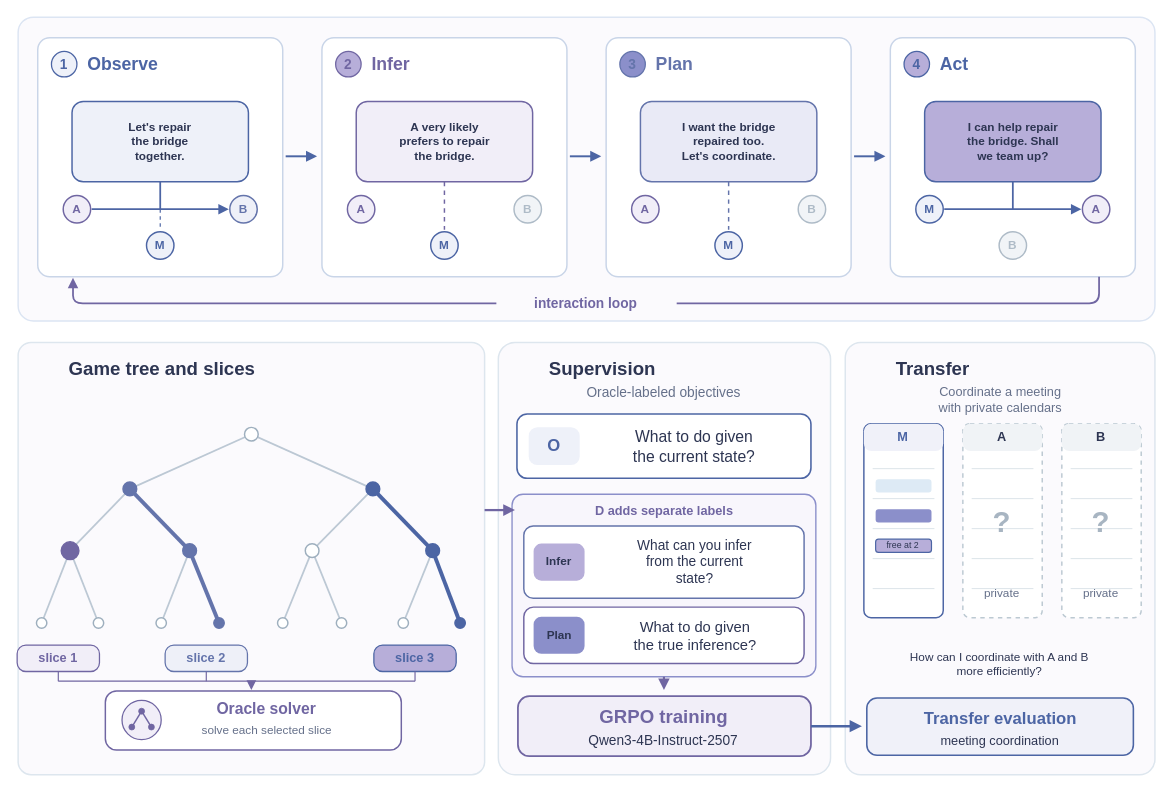
Before: paper/figures/overview.drawio in realidx/MARSHAL, a draw.io diagram. Source tidied: cells renumbered, new cells numbered last; positions are measured from the earlier drawing's top-left corner, leaving out a move shared by most shapes. Both pictures are drawn from the tidied source at 98%, with x=0, y=0 at pixel (17, 17).
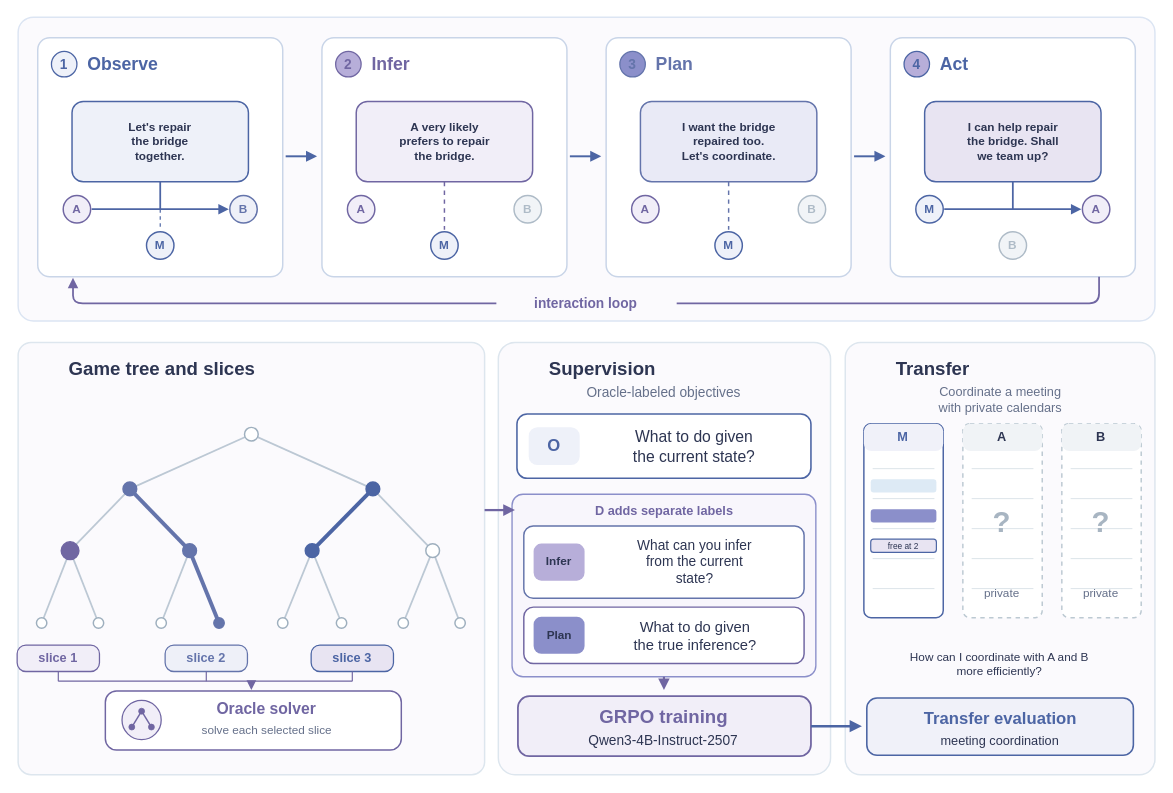
Above is the later version.

Change to the diagram source:
```diff
@@
-    <mxCell id="50" style="rounded=1;arcSize=14;whiteSpace=wrap;html=0;fillColor=#B7AED9;strokeColor=#4C65A4;strokeWidth=1.5;dashed=0;" parent="1" vertex="1">
+    <mxCell id="50" style="rounded=1;arcSize=14;whiteSpace=wrap;html=0;fillColor=#E8E4F2;strokeColor=#4C65A4;strokeWidth=1.5;dashed=0;" parent="1" vertex="1">
       <mxGeometry x="926" y="86" width="180" height="82" as="geometry" />
     </mxCell>
@@
-    <mxCell id="70" style="edgeStyle=none;html=0;strokeColor=#BCC8D4;strokeWidth=1.8;dashed=0;endArrow=none;endFill=1;" parent="1" edge="1">
+    <mxCell id="70" style="edgeStyle=none;html=0;strokeColor=#4C65A4;strokeWidth=4.0;dashed=0;endArrow=none;endFill=1;" parent="1" edge="1">
       <mxGeometry relative="1" as="geometry">
         <mxPoint x="363" y="481.4" as="sourcePoint" />
         <mxPoint x="301" y="544.4" as="targetPoint" />
       </mxGeometry>
     </mxCell>
-    <mxCell id="71" style="edgeStyle=none;html=0;strokeColor=#4C65A4;strokeWidth=4.0;dashed=0;endArrow=none;endFill=1;" parent="1" edge="1">
+    <mxCell id="71" style="edgeStyle=none;html=0;strokeColor=#BCC8D4;strokeWidth=1.8;dashed=0;endArrow=none;endFill=1;" parent="1" edge="1">
       <mxGeometry relative="1" as="geometry">
         <mxPoint x="363" y="481.4" as="sourcePoint" />
         <mxPoint x="424" y="544.4" as="targetPoint" />
       </mxGeometry>
     </mxCell>
@@
-    <mxCell id="79" style="edgeStyle=none;html=0;strokeColor=#4C65A4;strokeWidth=4.0;dashed=0;endArrow=none;endFill=1;" parent="1" edge="1">
+    <mxCell id="79" style="edgeStyle=none;html=0;strokeColor=#BCC8D4;strokeWidth=1.8;dashed=0;endArrow=none;endFill=1;" parent="1" edge="1">
       <mxGeometry relative="1" as="geometry">
         <mxPoint x="424" y="544.4" as="sourcePoint" />
         <mxPoint x="452" y="618.2" as="targetPoint" />
       </mxGeometry>
     </mxCell>
@@
-    <mxCell id="85" style="ellipse;html=0;fillColor=white;strokeColor=#9EAFBE;strokeWidth=1.5;" parent="1" vertex="1">
+    <mxCell id="85" style="ellipse;html=0;fillColor=#4C65A4;strokeColor=#4C65A4;strokeWidth=1.5;" parent="1" vertex="1">
       <mxGeometry x="294" y="537.4" width="14" height="14" as="geometry" />
     </mxCell>
-    <mxCell id="86" style="ellipse;html=0;fillColor=#4C65A4;strokeColor=#4C65A4;strokeWidth=1.5;" parent="1" vertex="1">
+    <mxCell id="86" style="ellipse;html=0;fillColor=white;strokeColor=#9EAFBE;strokeWidth=1.5;" parent="1" vertex="1">
       <mxGeometry x="417" y="537.4" width="14" height="14" as="geometry" />
     </mxCell>
@@
-    <mxCell id="94" style="ellipse;html=0;fillColor=#4C65A4;strokeColor=#4C65A4;strokeWidth=1.5;" parent="1" vertex="1">
+    <mxCell id="94" style="ellipse;html=0;fillColor=white;strokeColor=#9EAFBE;strokeWidth=1.5;" parent="1" vertex="1">
       <mxGeometry x="446.7" y="612.9" width="10.6" height="10.6" as="geometry" />
     </mxCell>
@@
-    <mxCell id="99" style="rounded=1;arcSize=33;whiteSpace=wrap;html=0;fillColor=#B7AED9;strokeColor=#4C65A4;strokeWidth=1.3;dashed=0;" parent="1" vertex="1">
-      <mxGeometry x="364" y="640.7" width="84" height="27" as="geometry" />
+    <mxCell id="99" style="rounded=1;arcSize=33;whiteSpace=wrap;html=0;fillColor=#E8E4F2;strokeColor=#4C65A4;strokeWidth=1.3;dashed=0;" parent="1" vertex="1">
+      <mxGeometry x="300" y="640.7" width="84" height="27" as="geometry" />
     </mxCell>
     <mxCell id="100" value="slice 3" style="text;html=0;whiteSpace=wrap;overflow=visible;fillColor=none;strokeColor=none;fontFamily=Helvetica;fontSize=13;fontColor=#4C65A4;fontStyle=1;align=center;verticalAlign=middle;" parent="1" vertex="1">
-      <mxGeometry x="376.9" y="644.7" width="58.2" height="19" as="geometry" />
+      <mxGeometry x="312.9" y="644.7" width="58.2" height="19" as="geometry" />
     </mxCell>
@@
     <mxCell id="103" style="edgeStyle=none;html=0;strokeColor=#7066A2;strokeWidth=1.2;dashed=0;endArrow=none;endFill=1;" parent="1" edge="1">
       <mxGeometry relative="1" as="geometry">
-        <mxPoint x="406" y="667.7" as="sourcePoint" />
-        <mxPoint x="406" y="677.6" as="targetPoint" />
+        <mxPoint x="342" y="667.7" as="sourcePoint" />
+        <mxPoint x="342" y="677.6" as="targetPoint" />
       </mxGeometry>
     </mxCell>
     <mxCell id="104" style="edgeStyle=none;html=0;strokeColor=#7066A2;strokeWidth=1.2;dashed=0;endArrow=none;endFill=1;" parent="1" edge="1">
       <mxGeometry relative="1" as="geometry">
         <mxPoint x="42" y="677.6" as="sourcePoint" />
-        <mxPoint x="406" y="677.6" as="targetPoint" />
+        <mxPoint x="342" y="677.6" as="targetPoint" />
       </mxGeometry>
     </mxCell>
@@
     <mxCell id="148" style="rounded=1;arcSize=22;whiteSpace=wrap;html=0;fillColor=#DDEAF5;strokeColor=none;strokeWidth=1.5;dashed=0;" parent="1" vertex="1">
-      <mxGeometry x="876" y="471.5" width="57" height="13.5" as="geometry" />
+      <mxGeometry x="871" y="471.5" width="67" height="13.5" as="geometry" />
     </mxCell>
     <mxCell id="149" style="rounded=1;arcSize=22;whiteSpace=wrap;html=0;fillColor=#8B8FCA;strokeColor=none;strokeWidth=1.5;dashed=0;" parent="1" vertex="1">
-      <mxGeometry x="876" y="502.1" width="57" height="13.5" as="geometry" />
+      <mxGeometry x="871" y="502.1" width="67" height="13.5" as="geometry" />
     </mxCell>
-    <mxCell id="150" style="rounded=1;arcSize=22;whiteSpace=wrap;html=0;fillColor=#B7AED9;strokeColor=#4C65A4;strokeWidth=1.2;dashed=0;" parent="1" vertex="1">
-      <mxGeometry x="876" y="532.7" width="57" height="13.5" as="geometry" />
+    <mxCell id="150" style="rounded=1;arcSize=22;whiteSpace=wrap;html=0;fillColor=#E8E4F2;strokeColor=#4C65A4;strokeWidth=1.2;dashed=0;" parent="1" vertex="1">
+      <mxGeometry x="871" y="532.7" width="67" height="13.5" as="geometry" />
     </mxCell>
-    <mxCell id="151" value="free at 2" style="text;html=0;whiteSpace=wrap;overflow=visible;fillColor=none;strokeColor=none;fontFamily=Helvetica;fontSize=9;fontColor=#2D3552;fontStyle=0;align=center;verticalAlign=middle;" parent="1" vertex="1">
-      <mxGeometry x="878.1" y="529.5" width="51.8" height="19" as="geometry" />
+    <mxCell id="151" value="free at 2" style="text;html=0;whiteSpace=wrap;overflow=visible;fillColor=none;strokeColor=none;fontFamily=Helvetica;fontSize=8.5;fontColor=#2D3552;fontStyle=0;align=center;verticalAlign=middle;" parent="1" vertex="1">
+      <mxGeometry x="880" y="530" width="49" height="19" as="geometry" />
     </mxCell>
```
